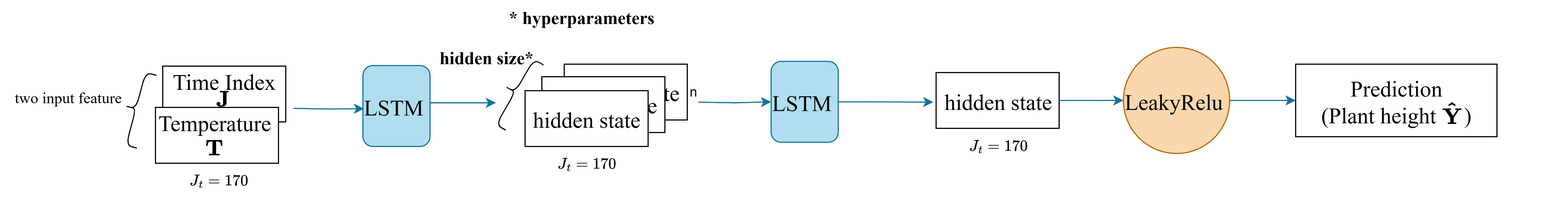
YingjieShao/PINN_for_plant_height_forecasting keeps this draw.io diagram as ETH_data_process/figure/Single_genotype_model.png. Above is the earlier version. Source tidied: cells renumbered, new cells last; positions are measured from the earlier drawing's top-left corner, leaving out a move shared by most shapes.
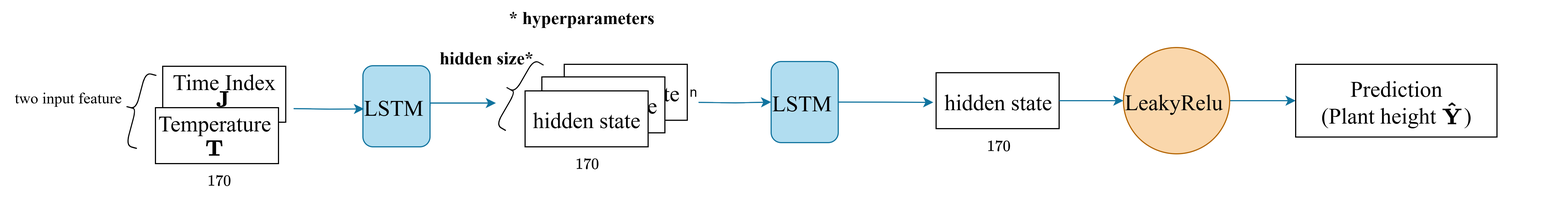
Later version of the same file.

What changed in the source:
```diff
@@ -88,14 +88,14 @@
         <mxPoint x="325" y="97.8" as="targetPoint" />
       </mxGeometry>
     </mxCell>
-    <mxCell id="27" value="$$J_t=170$$" style="text;html=1;align=center;verticalAlign=middle;strokeColor=none;fillColor=none;" parent="1" vertex="1">
-      <mxGeometry x="150" y="146.8" width="90" height="30" as="geometry" />
+    <mxCell id="27" value="$$170$$" style="text;html=1;align=center;verticalAlign=middle;strokeColor=none;fillColor=none;" parent="1" vertex="1">
+      <mxGeometry x="160" y="146.8" width="70" height="30" as="geometry" />
     </mxCell>
-    <mxCell id="28" value="$$J_t=170$$" style="text;html=1;align=center;verticalAlign=middle;strokeColor=none;fillColor=none;" parent="1" vertex="1">
-      <mxGeometry x="479" y="131.8" width="90" height="30" as="geometry" />
+    <mxCell id="28" value="$$170$$" style="text;html=1;align=center;verticalAlign=middle;strokeColor=none;fillColor=none;" parent="1" vertex="1">
+      <mxGeometry x="489" y="131.8" width="70" height="30" as="geometry" />
     </mxCell>
-    <mxCell id="29" value="$$J_t=170$$" style="text;html=1;align=center;verticalAlign=middle;strokeColor=none;fillColor=none;" parent="1" vertex="1">
-      <mxGeometry x="846.5" y="115.5" width="90" height="30" as="geometry" />
+    <mxCell id="29" value="$$170$$" style="text;html=1;align=center;verticalAlign=middle;strokeColor=none;fillColor=none;" parent="1" vertex="1">
+      <mxGeometry x="856.5" y="115.5" width="70" height="30" as="geometry" />
     </mxCell>
   </root>
 </mxGraphModel>
```
